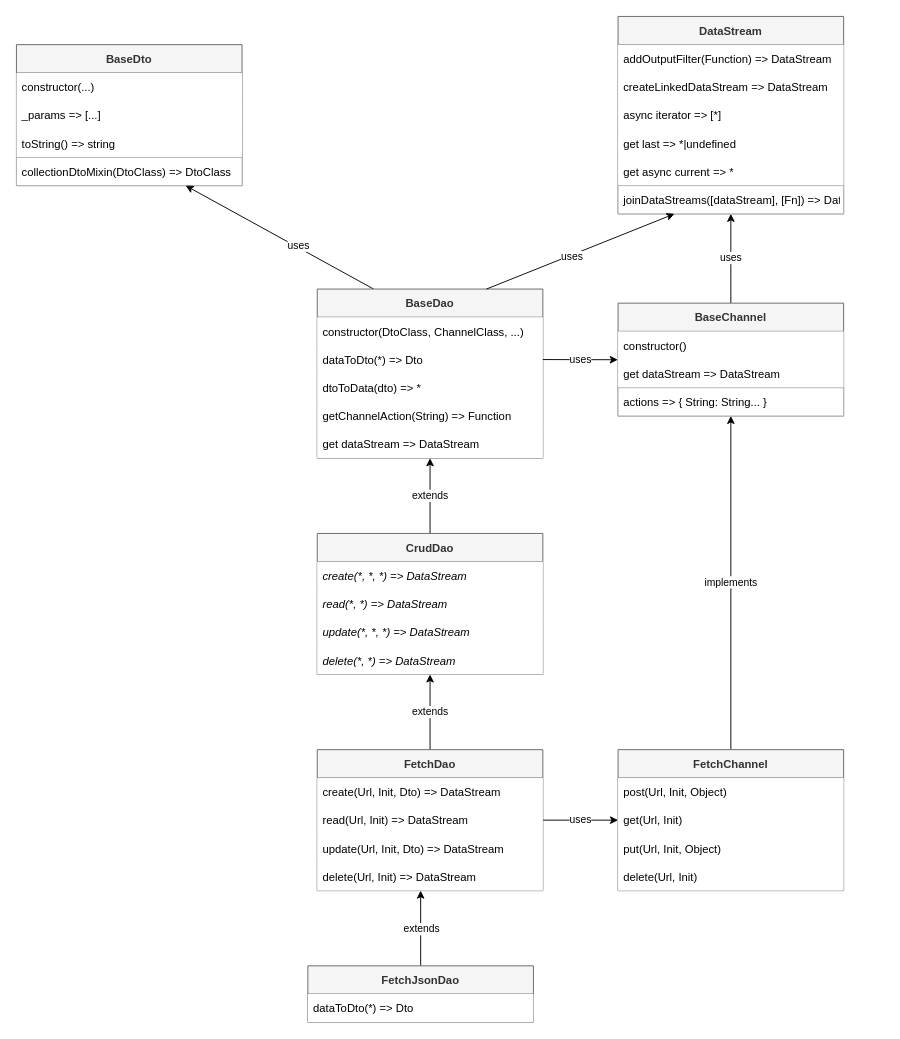
sposh/data-access keeps this draw.io diagram as architecture.drawio. Above is the earlier version. Source tidied: cells renumbered, new cells numbered last; positions are measured from the earlier drawing's top-left corner, leaving out a move shared by most shapes. Both pictures are drawn from the tidied source at 94%, with x=0, y=0 at pixel (16, 16).
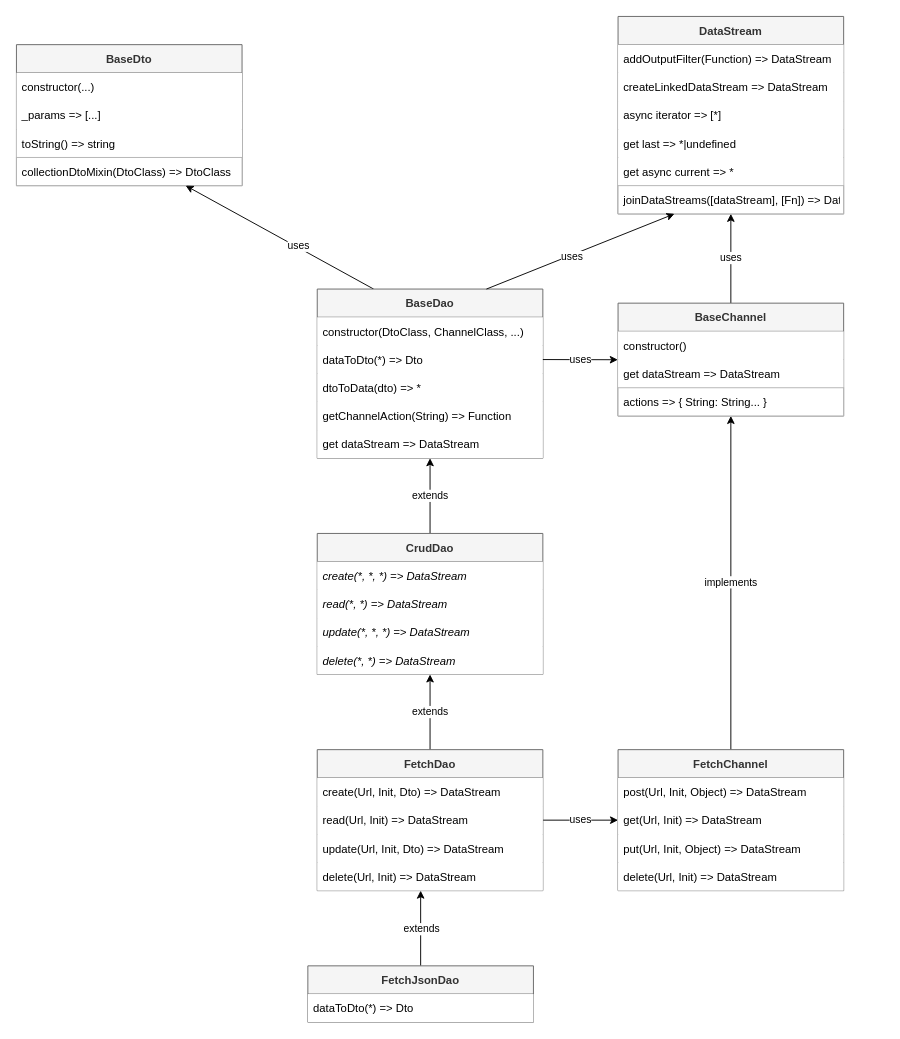
The same diagram, later.

Unchanged cells that the change refers to:
```xml
<mxCell id="29" value="FetchChannel" style="swimlane;fontStyle=1;horizontal=1;startSize=30;fillColor=#f5f5f5;strokeColor=#666666;fontColor=#333333;" parent="1" vertex="1">
  <mxGeometry x="640" y="780" width="240" height="150" as="geometry" />
</mxCell>
```

The edit, as a diff of the source:
```diff
@@
-    <mxCell id="30" value="post(Url, Init, Object)" style="text;strokeColor=none;fillColor=default;align=left;verticalAlign=middle;spacingLeft=4;spacingRight=4;overflow=hidden;" parent="29" vertex="1">
+    <mxCell id="30" value="post(Url, Init, Object) =&gt; DataStream" style="text;strokeColor=none;fillColor=default;align=left;verticalAlign=middle;spacingLeft=4;spacingRight=4;overflow=hidden;" parent="29" vertex="1">
       <mxGeometry y="30" width="240" height="30" as="geometry" />
     </mxCell>
-    <mxCell id="31" value="get(Url, Init)" style="text;strokeColor=none;fillColor=default;align=left;verticalAlign=middle;spacingLeft=4;spacingRight=4;overflow=hidden;points=[[0,0.5],[1,0.5]];portConstraint=eastwest;" parent="29" vertex="1">
+    <mxCell id="31" value="get(Url, Init) =&gt; DataStream" style="text;strokeColor=none;fillColor=default;align=left;verticalAlign=middle;spacingLeft=4;spacingRight=4;overflow=hidden;points=[[0,0.5],[1,0.5]];portConstraint=eastwest;" parent="29" vertex="1">
       <mxGeometry y="60" width="240" height="30" as="geometry" />
     </mxCell>
-    <mxCell id="32" value="put(Url, Init, Object)" style="text;strokeColor=none;fillColor=default;align=left;verticalAlign=middle;spacingLeft=4;spacingRight=4;overflow=hidden;" parent="29" vertex="1">
+    <mxCell id="32" value="put(Url, Init, Object) =&gt; DataStream" style="text;strokeColor=none;fillColor=default;align=left;verticalAlign=middle;spacingLeft=4;spacingRight=4;overflow=hidden;" parent="29" vertex="1">
       <mxGeometry y="90" width="240" height="30" as="geometry" />
     </mxCell>
-    <mxCell id="33" value="delete(Url, Init)" style="text;strokeColor=none;fillColor=default;align=left;verticalAlign=middle;spacingLeft=4;spacingRight=4;overflow=hidden;" parent="29" vertex="1">
+    <mxCell id="33" value="delete(Url, Init) =&gt; DataStream" style="text;strokeColor=none;fillColor=default;align=left;verticalAlign=middle;spacingLeft=4;spacingRight=4;overflow=hidden;" parent="29" vertex="1">
       <mxGeometry y="120" width="240" height="30" as="geometry" />
     </mxCell>
```
